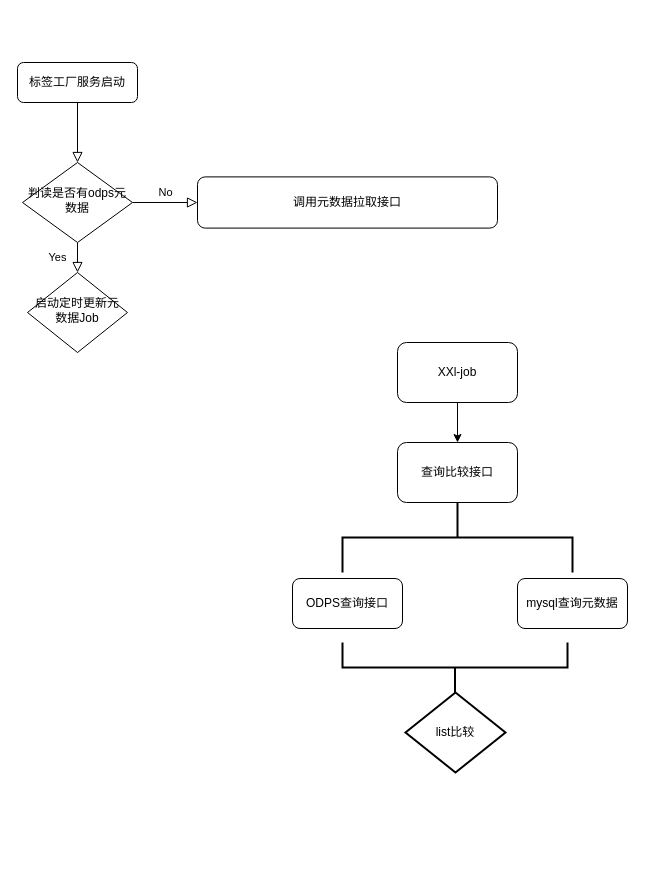
Above: 元数据开发流程.drawio in shursulei/document (draw.io), before the change. Source tidied: cells renumbered, new cells numbered last; positions are measured from the earlier drawing's top-left corner, leaving out a move shared by most shapes. Both pictures are drawn from the tidied source at 100%, with x=0, y=0 at pixel (17, 62).
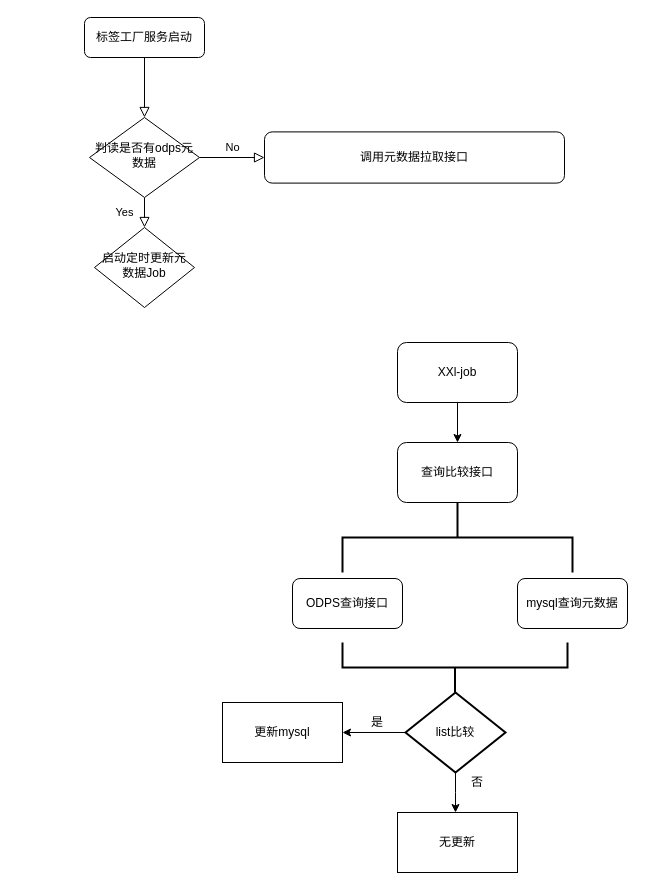
After the change.

Commit message:
Update 元数据开发流程.drawio

Unchanged cells that the change refers to:
```xml
<mxCell id="16" value="list比较" style="strokeWidth=2;html=1;shape=mxgraph.flowchart.decision;whiteSpace=wrap;" parent="1" vertex="1">
  <mxGeometry x="388" y="630" width="100" height="80" as="geometry" />
</mxCell>
```

Diff of the diagram source:
```diff
@@
     <mxCell id="3" value="标签工厂服务启动" style="rounded=1;whiteSpace=wrap;html=1;fontSize=12;glass=0;strokeWidth=1;shadow=0;" parent="1" vertex="1">
-      <mxGeometry width="120" height="40" as="geometry" />
+      <mxGeometry x="67" y="-45" width="120" height="40" as="geometry" />
     </mxCell>
@@
     <mxCell id="6" value="判读是否有odps元数据" style="rhombus;whiteSpace=wrap;html=1;shadow=0;fontFamily=Helvetica;fontSize=12;align=center;strokeWidth=1;spacing=6;spacingTop=-4;" parent="1" vertex="1">
-      <mxGeometry x="5" y="100" width="110" height="80" as="geometry" />
+      <mxGeometry x="72" y="55" width="110" height="80" as="geometry" />
     </mxCell>
     <mxCell id="7" value="调用元数据拉取接口" style="rounded=1;whiteSpace=wrap;html=1;fontSize=12;glass=0;strokeWidth=1;shadow=0;" parent="1" vertex="1">
-      <mxGeometry x="180" y="114.4" width="300" height="51.2" as="geometry" />
+      <mxGeometry x="247" y="69.4" width="300" height="51.2" as="geometry" />
     </mxCell>
     <mxCell id="8" value="启动定时更新元数据Job" style="rhombus;whiteSpace=wrap;html=1;shadow=0;fontFamily=Helvetica;fontSize=12;align=center;strokeWidth=1;spacing=6;spacingTop=-4;" parent="1" vertex="1">
-      <mxGeometry x="10" y="210" width="100" height="80" as="geometry" />
+      <mxGeometry x="77" y="165" width="100" height="80" as="geometry" />
     </mxCell>
@@
+    <mxCell id="17" style="edgeStyle=orthogonalEdgeStyle;rounded=0;jettySize=auto;html=1;exitX=0;exitY=0.5;exitDx=0;exitDy=0;exitPerimeter=0;entryX=1;entryY=0.5;entryDx=0;entryDy=0;" parent="1" edge="1" source="16" target="20">
+      <mxGeometry relative="1" as="geometry" />
+    </mxCell>
+    <mxCell id="18" style="edgeStyle=orthogonalEdgeStyle;rounded=0;jettySize=auto;html=1;exitX=0.5;exitY=1;exitDx=0;exitDy=0;exitPerimeter=0;" parent="1" edge="1" source="16">
+      <mxGeometry relative="1" as="geometry">
+        <mxPoint x="438" y="750" as="targetPoint" />
+      </mxGeometry>
+    </mxCell>
@@
+    <mxCell id="19" value="无更新" style="rounded=0;whiteSpace=wrap;html=1;" parent="1" vertex="1">
+      <mxGeometry x="380" y="750" width="120" height="60" as="geometry" />
+    </mxCell>
+    <mxCell id="20" value="更新mysql" style="rounded=0;whiteSpace=wrap;html=1;" parent="1" vertex="1">
+      <mxGeometry x="205" y="640" width="120" height="60" as="geometry" />
+    </mxCell>
+    <mxCell id="21" value="是" style="text;html=1;strokeColor=none;fillColor=none;align=center;verticalAlign=middle;whiteSpace=wrap;rounded=0;" parent="1" vertex="1">
+      <mxGeometry x="340" y="650" width="40" height="20" as="geometry" />
+    </mxCell>
+    <mxCell id="22" value="否" style="text;html=1;strokeColor=none;fillColor=none;align=center;verticalAlign=middle;whiteSpace=wrap;rounded=0;" parent="1" vertex="1">
+      <mxGeometry x="440" y="710" width="40" height="20" as="geometry" />
+    </mxCell>
```
